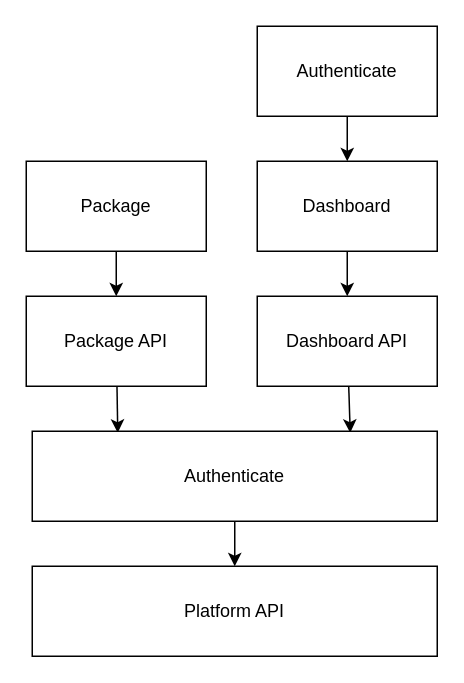
jacobmeredith/feedback keeps this draw.io diagram as docs/diagrams/high-level-infrastructure.drawio. Above is the earlier version. Source tidied: cells renumbered, new cells numbered last; positions are measured from the earlier drawing's top-left corner, leaving out a move shared by most shapes. Both pictures are drawn from the tidied source at 150%, with x=0, y=0 at pixel (26, 26).
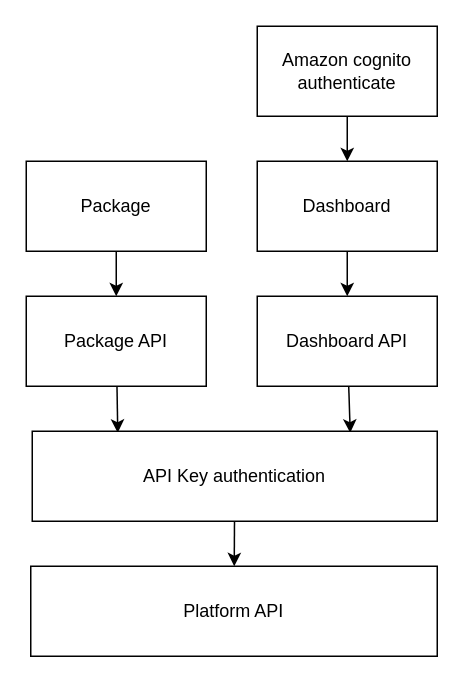
The same diagram, later.

Commit message:
docs: change wording around authentication steps in high level diagram

Change to the diagram source:
```diff
@@
 <mxGraphModel>
   <root>
     <mxCell id="0" />
     <mxCell id="1" parent="0" />
     <mxCell id="2" style="edgeStyle=none;html=1;" parent="1" edge="1" source="3" target="5">
       <mxGeometry relative="1" as="geometry" />
     </mxCell>
     <mxCell id="3" value="Dashboard" style="rounded=0;whiteSpace=wrap;html=1;" parent="1" vertex="1">
       <mxGeometry x="154" y="90" width="120" height="60" as="geometry" />
     </mxCell>
     <mxCell id="4" style="edgeStyle=none;html=1;" parent="1" edge="1" source="5">
       <mxGeometry relative="1" as="geometry">
         <mxPoint x="216" y="271" as="targetPoint" />
       </mxGeometry>
     </mxCell>
     <mxCell id="5" value="Dashboard API" style="rounded=0;whiteSpace=wrap;html=1;" parent="1" vertex="1">
       <mxGeometry x="154" y="180" width="120" height="60" as="geometry" />
     </mxCell>
     <mxCell id="6" value="Platform API" style="rounded=0;whiteSpace=wrap;html=1;" parent="1" vertex="1">
-      <mxGeometry x="4" y="360" width="270" height="60" as="geometry" />
+      <mxGeometry x="3" y="360" width="271" height="60" as="geometry" />
     </mxCell>
     <mxCell id="7" style="edgeStyle=none;html=1;" parent="1" edge="1" source="8" target="10">
       <mxGeometry relative="1" as="geometry" />
     </mxCell>
     <mxCell id="8" value="Package" style="rounded=0;whiteSpace=wrap;html=1;" parent="1" vertex="1">
       <mxGeometry y="90" width="120" height="60" as="geometry" />
     </mxCell>
     <mxCell id="9" style="edgeStyle=none;html=1;" parent="1" edge="1" source="10">
       <mxGeometry relative="1" as="geometry">
         <mxPoint x="61" y="271" as="targetPoint" />
       </mxGeometry>
     </mxCell>
     <mxCell id="10" value="Package API" style="rounded=0;whiteSpace=wrap;html=1;" parent="1" vertex="1">
       <mxGeometry y="180" width="120" height="60" as="geometry" />
     </mxCell>
     <mxCell id="11" style="edgeStyle=none;html=1;" parent="1" edge="1" source="12" target="3">
       <mxGeometry relative="1" as="geometry" />
     </mxCell>
-    <mxCell id="12" value="Authenticate" style="rounded=0;whiteSpace=wrap;html=1;" parent="1" vertex="1">
+    <mxCell id="12" value="Amazon cognito authenticate" style="rounded=0;whiteSpace=wrap;html=1;" parent="1" vertex="1">
       <mxGeometry x="154" width="120" height="60" as="geometry" />
     </mxCell>
     <mxCell id="13" style="edgeStyle=none;html=1;" parent="1" edge="1" source="14" target="6">
       <mxGeometry relative="1" as="geometry" />
     </mxCell>
-    <mxCell id="14" value="Authenticate" style="rounded=0;whiteSpace=wrap;html=1;" parent="1" vertex="1">
+    <mxCell id="14" value="API Key authentication" style="rounded=0;whiteSpace=wrap;html=1;" parent="1" vertex="1">
       <mxGeometry x="4" y="270" width="270" height="60" as="geometry" />
     </mxCell>
   </root>
 </mxGraphModel>
```
